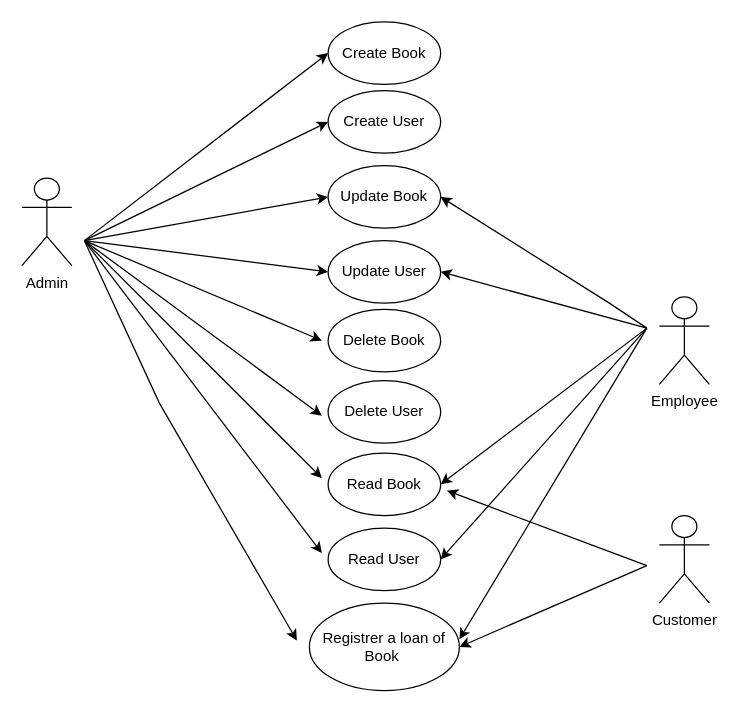
Before: page "CU" (3 of 3) of Documents/Diagrama sin título.drawio in KevinAlvarezD/RestAdmin, a draw.io diagram. Source tidied: cells renumbered, new cells numbered last; positions are measured from the earlier drawing's top-left corner, leaving out a move shared by most shapes. Both pictures are drawn from the tidied source at 125%, with x=0, y=0 at pixel (21, 21).
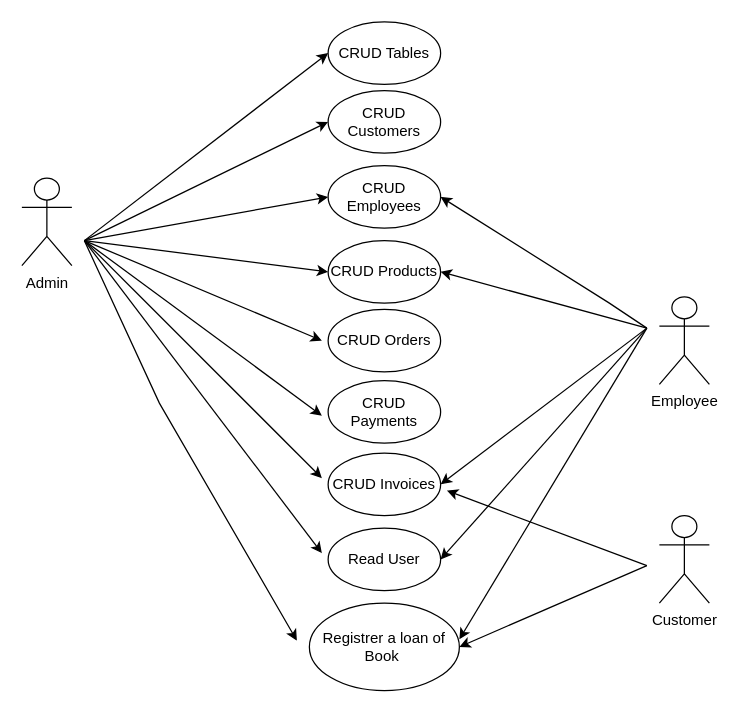
After the change.

The edit, as a diff of the source:
```diff
@@
-    <mxCell id="5" value="Create User" style="ellipse;whiteSpace=wrap;html=1;" parent="1" vertex="1">
+    <mxCell id="5" value="CRUD Customers" style="ellipse;whiteSpace=wrap;html=1;" parent="1" vertex="1">
       <mxGeometry x="245" y="55" width="90" height="50" as="geometry" />
     </mxCell>
-    <mxCell id="6" value="Create Book" style="ellipse;whiteSpace=wrap;html=1;" parent="1" vertex="1">
+    <mxCell id="6" value="CRUD Tables" style="ellipse;whiteSpace=wrap;html=1;" parent="1" vertex="1">
       <mxGeometry x="245" width="90" height="50" as="geometry" />
     </mxCell>
@@
-    <mxCell id="8" value="Read Book" style="ellipse;whiteSpace=wrap;html=1;" parent="1" vertex="1">
+    <mxCell id="8" value="CRUD Invoices" style="ellipse;whiteSpace=wrap;html=1;" parent="1" vertex="1">
       <mxGeometry x="245" y="345" width="90" height="50" as="geometry" />
     </mxCell>
-    <mxCell id="9" value="Update Book" style="ellipse;whiteSpace=wrap;html=1;" parent="1" vertex="1">
+    <mxCell id="9" value="CRUD Employees" style="ellipse;whiteSpace=wrap;html=1;" parent="1" vertex="1">
       <mxGeometry x="245" y="115" width="90" height="50" as="geometry" />
     </mxCell>
-    <mxCell id="10" value="Update&amp;nbsp;User" style="ellipse;whiteSpace=wrap;html=1;" parent="1" vertex="1">
+    <mxCell id="10" value="CRUD Products" style="ellipse;whiteSpace=wrap;html=1;" parent="1" vertex="1">
       <mxGeometry x="245" y="175" width="90" height="50" as="geometry" />
     </mxCell>
-    <mxCell id="11" value="Delete Book" style="ellipse;whiteSpace=wrap;html=1;" parent="1" vertex="1">
+    <mxCell id="11" value="CRUD Orders" style="ellipse;whiteSpace=wrap;html=1;" parent="1" vertex="1">
       <mxGeometry x="245" y="230" width="90" height="50" as="geometry" />
     </mxCell>
-    <mxCell id="12" value="Delete User" style="ellipse;whiteSpace=wrap;html=1;" parent="1" vertex="1">
+    <mxCell id="12" value="CRUD Payments" style="ellipse;whiteSpace=wrap;html=1;" parent="1" vertex="1">
       <mxGeometry x="245" y="287" width="90" height="50" as="geometry" />
     </mxCell>
```
